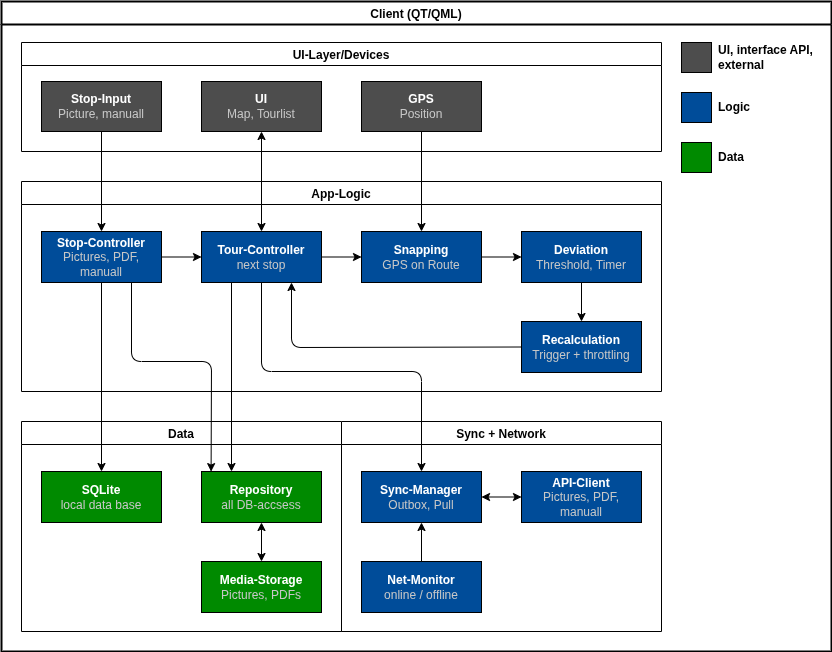
The draw.io diagram docs/architecture/Client.png in gabrielbindi/VoBi-Tour, before a commit. Source tidied: cells renumbered, new cells last; positions are measured from the earlier drawing's top-left corner, leaving out a move shared by most shapes. Source of this version:
```xml
<mxGraphModel background="#ffffff">
  <root>
    <mxCell id="0" />
    <mxCell id="1" parent="0" />
    <mxCell id="2" value="Client (QT/QML)" style="swimlane;rounded=0;strokeWidth=2;swimlaneLine=1;strokeColor=#000000;swimlaneFillColor=none;" parent="1" vertex="1">
      <mxGeometry width="830" height="650" as="geometry" />
    </mxCell>
    <mxCell id="3" style="whiteSpace=wrap;html=1;fillColor=#4D4D4D;" parent="2" vertex="1">
      <mxGeometry x="680" y="41" width="30" height="30" as="geometry" />
    </mxCell>
    <mxCell id="4" style="whiteSpace=wrap;html=1;fillColor=#004C99;" parent="2" vertex="1">
      <mxGeometry x="680" y="91" width="30" height="30" as="geometry" />
    </mxCell>
    <mxCell id="5" style="whiteSpace=wrap;html=1;fillColor=#008A00;" parent="2" vertex="1">
      <mxGeometry x="680" y="141" width="30" height="30" as="geometry" />
    </mxCell>
    <mxCell id="6" value="&lt;b&gt;UI, interface API, external&lt;/b&gt;" style="text;html=1;strokeColor=none;fillColor=none;align=left;verticalAlign=middle;whiteSpace=wrap;rounded=0;fontColor=#000000;" parent="2" vertex="1">
      <mxGeometry x="715" y="41" width="110" height="30" as="geometry" />
    </mxCell>
    <mxCell id="7" value="&lt;b&gt;Logic&lt;/b&gt;" style="text;html=1;strokeColor=none;fillColor=none;align=left;verticalAlign=middle;whiteSpace=wrap;rounded=0;fontColor=#000000;" parent="2" vertex="1">
      <mxGeometry x="715" y="91" width="115" height="30" as="geometry" />
    </mxCell>
    <mxCell id="8" value="&lt;b&gt;Data&lt;/b&gt;" style="text;html=1;strokeColor=none;fillColor=none;align=left;verticalAlign=middle;whiteSpace=wrap;rounded=0;fontColor=#000000;" parent="2" vertex="1">
      <mxGeometry x="715" y="141" width="115" height="30" as="geometry" />
    </mxCell>
    <mxCell id="9" value="UI-Layer/Devices" style="swimlane;strokeColor=#000000;" parent="2" vertex="1">
      <mxGeometry x="20" y="41" width="640" height="109" as="geometry" />
    </mxCell>
    <mxCell id="10" value="&lt;font style=&quot;font-weight: bold;&quot; color=&quot;#ffffff&quot;&gt;Stop-Input&lt;/font&gt;&lt;br&gt;&lt;font style=&quot;&quot; color=&quot;#c7c7c7&quot;&gt;Picture, manuall&lt;/font&gt;" style="rounded=0;whiteSpace=wrap;html=1;fillColor=#4D4D4D;" parent="9" vertex="1">
      <mxGeometry x="20" y="39" width="120" height="50" as="geometry" />
    </mxCell>
    <mxCell id="11" value="&lt;font color=&quot;#ffffff&quot;&gt;&lt;b&gt;UI&lt;/b&gt;&lt;/font&gt;&lt;br&gt;&lt;font color=&quot;#c7c7c7&quot;&gt;Map, Tourlist&lt;/font&gt;" style="rounded=0;whiteSpace=wrap;html=1;fillColor=#4D4D4D;" parent="9" vertex="1">
      <mxGeometry x="180" y="39" width="120" height="50" as="geometry" />
    </mxCell>
    <mxCell id="12" value="&lt;font color=&quot;#ffffff&quot;&gt;&lt;b&gt;GPS&lt;br&gt;&lt;/b&gt;&lt;/font&gt;&lt;font color=&quot;#c7c7c7&quot;&gt;Position&lt;/font&gt;" style="rounded=0;whiteSpace=wrap;html=1;fillColor=#4D4D4D;" parent="9" vertex="1">
      <mxGeometry x="340" y="39" width="120" height="50" as="geometry" />
    </mxCell>
    <mxCell id="13" value="App-Logic" style="swimlane;strokeColor=#000000;" parent="2" vertex="1">
      <mxGeometry x="20" y="180" width="640" height="210" as="geometry" />
    </mxCell>
    <mxCell id="14" style="edgeStyle=none;html=1;strokeColor=#000000;fontColor=#C7C7C7;" parent="13" edge="1" source="15" target="19">
      <mxGeometry relative="1" as="geometry" />
    </mxCell>
    <mxCell id="15" value="&lt;font style=&quot;font-weight: bold;&quot; color=&quot;#ffffff&quot;&gt;Tour-Controller&lt;/font&gt;&lt;br&gt;&lt;font style=&quot;&quot; color=&quot;#c7c7c7&quot;&gt;next stop&lt;/font&gt;" style="rounded=0;whiteSpace=wrap;html=1;fillColor=#004C99;" parent="13" vertex="1">
      <mxGeometry x="180" y="50" width="120" height="51" as="geometry" />
    </mxCell>
    <mxCell id="16" style="edgeStyle=none;html=1;strokeColor=#000000;fontColor=#C7C7C7;" parent="13" edge="1" source="17" target="15">
      <mxGeometry relative="1" as="geometry" />
    </mxCell>
    <mxCell id="17" value="&lt;font style=&quot;font-weight: bold;&quot; color=&quot;#ffffff&quot;&gt;Stop-Controller&lt;/font&gt;&lt;br&gt;&lt;font color=&quot;#c7c7c7&quot;&gt;Pictures, PDF, manuall&lt;/font&gt;" style="rounded=0;whiteSpace=wrap;html=1;fillColor=#004C99;" parent="13" vertex="1">
      <mxGeometry x="20" y="50" width="120" height="51" as="geometry" />
    </mxCell>
    <mxCell id="18" style="edgeStyle=none;html=1;strokeColor=#000000;fontColor=#C7C7C7;" parent="13" edge="1" source="19" target="21">
      <mxGeometry relative="1" as="geometry" />
    </mxCell>
    <mxCell id="19" value="&lt;font style=&quot;font-weight: bold;&quot; color=&quot;#ffffff&quot;&gt;Snapping&lt;/font&gt;&lt;br&gt;&lt;font style=&quot;&quot; color=&quot;#c7c7c7&quot;&gt;GPS on Route&lt;/font&gt;" style="rounded=0;whiteSpace=wrap;html=1;fillColor=#004C99;" parent="13" vertex="1">
      <mxGeometry x="340" y="50" width="120" height="51" as="geometry" />
    </mxCell>
    <mxCell id="20" style="edgeStyle=none;html=1;strokeColor=#000000;fontColor=#C7C7C7;" parent="13" edge="1" source="21" target="22">
      <mxGeometry relative="1" as="geometry" />
    </mxCell>
    <mxCell id="21" value="&lt;font color=&quot;#ffffff&quot;&gt;&lt;b&gt;Deviation&lt;/b&gt;&lt;/font&gt;&lt;br&gt;&lt;font color=&quot;#c7c7c7&quot;&gt;Threshold, Timer&lt;/font&gt;" style="rounded=0;whiteSpace=wrap;html=1;fillColor=#004C99;" parent="13" vertex="1">
      <mxGeometry x="500" y="50" width="120" height="51" as="geometry" />
    </mxCell>
    <mxCell id="22" value="&lt;font color=&quot;#ffffff&quot;&gt;&lt;b&gt;Recalculation&lt;/b&gt;&lt;/font&gt;&lt;br&gt;&lt;font color=&quot;#c7c7c7&quot;&gt;Trigger + throttling&lt;/font&gt;" style="rounded=0;whiteSpace=wrap;html=1;fillColor=#004C99;" parent="13" vertex="1">
      <mxGeometry x="500" y="140" width="120" height="51" as="geometry" />
    </mxCell>
    <mxCell id="23" style="endArrow=classic;html=1;strokeColor=#000000;fontColor=#C7C7C7;exitX=0;exitY=0.5;exitDx=0;exitDy=0;entryX=0.75;entryY=1;entryDx=0;entryDy=0;" parent="13" edge="1" source="22" target="15">
      <mxGeometry relative="1" as="geometry">
        <Array as="points">
          <mxPoint x="270" y="166" />
        </Array>
      </mxGeometry>
    </mxCell>
    <mxCell id="24" value="Sync + Network" style="swimlane;strokeColor=#000000;" parent="2" vertex="1">
      <mxGeometry x="340" y="420" width="320" height="210" as="geometry" />
    </mxCell>
    <mxCell id="25" value="&lt;font color=&quot;#ffffff&quot;&gt;&lt;b&gt;Sync-Manager&lt;/b&gt;&lt;/font&gt;&lt;br&gt;&lt;font color=&quot;#c7c7c7&quot;&gt;Outbox, Pull&lt;/font&gt;" style="rounded=0;whiteSpace=wrap;html=1;fillColor=#004C99;" parent="24" vertex="1">
      <mxGeometry x="20" y="50" width="120" height="51" as="geometry" />
    </mxCell>
    <mxCell id="26" value="&lt;font style=&quot;font-weight: bold;&quot; color=&quot;#ffffff&quot;&gt;API-Client&lt;/font&gt;&lt;br&gt;&lt;font color=&quot;#c7c7c7&quot;&gt;Pictures, PDF, manuall&lt;/font&gt;" style="rounded=0;whiteSpace=wrap;html=1;fillColor=#004C99;" parent="24" vertex="1">
      <mxGeometry x="180" y="50" width="120" height="51" as="geometry" />
    </mxCell>
    <mxCell id="27" style="edgeStyle=none;html=1;strokeColor=#000000;fontColor=#C7C7C7;" parent="24" edge="1" source="28" target="25">
      <mxGeometry relative="1" as="geometry" />
    </mxCell>
    <mxCell id="28" value="&lt;font color=&quot;#ffffff&quot;&gt;&lt;b&gt;Net-Monitor&lt;/b&gt;&lt;/font&gt;&lt;br&gt;&lt;font color=&quot;#c7c7c7&quot;&gt;online / offline&lt;/font&gt;" style="rounded=0;whiteSpace=wrap;html=1;fillColor=#004C99;" parent="24" vertex="1">
      <mxGeometry x="20" y="140" width="120" height="51" as="geometry" />
    </mxCell>
    <mxCell id="29" style="endArrow=classic;startArrow=classic;html=1;strokeColor=#000000;entryX=0;entryY=0.5;entryDx=0;entryDy=0;exitX=1;exitY=0.5;exitDx=0;exitDy=0;" parent="24" edge="1" source="25" target="26">
      <mxGeometry relative="1" as="geometry" />
    </mxCell>
    <mxCell id="30" value="Data" style="swimlane;strokeColor=#000000;" parent="2" vertex="1">
      <mxGeometry x="20" y="420" width="320" height="210" as="geometry" />
    </mxCell>
    <mxCell id="31" value="&lt;font color=&quot;#ffffff&quot;&gt;&lt;b&gt;SQLite&lt;/b&gt;&lt;/font&gt;&lt;br&gt;&lt;font color=&quot;#c7c7c7&quot;&gt;local data base&lt;/font&gt;" style="rounded=0;whiteSpace=wrap;html=1;fillColor=#008A00;" parent="30" vertex="1">
      <mxGeometry x="20" y="50" width="120" height="51" as="geometry" />
    </mxCell>
    <mxCell id="32" value="&lt;font color=&quot;#ffffff&quot;&gt;&lt;b&gt;Repository&lt;br&gt;&lt;/b&gt;&lt;/font&gt;&lt;font color=&quot;#c7c7c7&quot;&gt;all DB-accsess&lt;/font&gt;" style="rounded=0;whiteSpace=wrap;html=1;fillColor=#008A00;" parent="30" vertex="1">
      <mxGeometry x="180" y="50" width="120" height="51" as="geometry" />
    </mxCell>
    <mxCell id="33" value="&lt;font color=&quot;#ffffff&quot;&gt;&lt;b&gt;Media-Storage&lt;/b&gt;&lt;/font&gt;&lt;br&gt;&lt;font color=&quot;#c7c7c7&quot;&gt;Pictures, PDFs&lt;/font&gt;" style="rounded=0;whiteSpace=wrap;html=1;fillColor=#008A00;" parent="30" vertex="1">
      <mxGeometry x="180" y="140" width="120" height="51" as="geometry" />
    </mxCell>
    <mxCell id="34" style="endArrow=classic;startArrow=classic;html=1;strokeColor=#000000;entryX=0.5;entryY=1;entryDx=0;entryDy=0;exitX=0.5;exitY=0;exitDx=0;exitDy=0;" parent="30" edge="1" source="33" target="32">
      <mxGeometry relative="1" as="geometry" />
    </mxCell>
    <mxCell id="35" style="edgeStyle=none;html=1;strokeColor=#000000;fontColor=#C7C7C7;" parent="2" edge="1" source="10" target="17">
      <mxGeometry relative="1" as="geometry" />
    </mxCell>
    <mxCell id="36" style="edgeStyle=none;html=1;strokeColor=#000000;fontColor=#C7C7C7;" parent="2" edge="1" source="12" target="19">
      <mxGeometry relative="1" as="geometry" />
    </mxCell>
    <mxCell id="37" style="endArrow=classic;html=1;strokeColor=#000000;fontColor=#C7C7C7;exitX=0.25;exitY=1;exitDx=0;exitDy=0;entryX=0.25;entryY=0;entryDx=0;entryDy=0;" parent="2" edge="1" source="15" target="32">
      <mxGeometry relative="1" as="geometry" />
    </mxCell>
    <mxCell id="38" style="endArrow=classic;html=1;strokeColor=#000000;fontColor=#C7C7C7;exitX=0.5;exitY=1;exitDx=0;exitDy=0;" parent="2" edge="1" source="17" target="31">
      <mxGeometry relative="1" as="geometry" />
    </mxCell>
    <mxCell id="39" style="endArrow=classic;html=1;strokeColor=#000000;fontColor=#C7C7C7;exitX=0.75;exitY=1;exitDx=0;exitDy=0;entryX=0.08;entryY=0.002;entryDx=0;entryDy=0;entryPerimeter=0;" parent="2" edge="1" source="17" target="32">
      <mxGeometry relative="1" as="geometry">
        <Array as="points">
          <mxPoint x="130" y="360" />
          <mxPoint x="210" y="360" />
        </Array>
      </mxGeometry>
    </mxCell>
    <mxCell id="40" style="endArrow=classic;html=1;strokeColor=#000000;fontColor=#C7C7C7;exitX=0.5;exitY=1;exitDx=0;exitDy=0;entryX=0.5;entryY=0;entryDx=0;entryDy=0;" parent="2" edge="1" source="15" target="25">
      <mxGeometry relative="1" as="geometry">
        <Array as="points">
          <mxPoint x="260" y="370" />
          <mxPoint x="420" y="370" />
        </Array>
      </mxGeometry>
    </mxCell>
    <mxCell id="41" style="endArrow=classic;startArrow=classic;html=1;strokeColor=#000000;fontColor=#C7C7C7;entryX=0.5;entryY=1;entryDx=0;entryDy=0;exitX=0.5;exitY=0;exitDx=0;exitDy=0;" parent="2" edge="1" source="15" target="11">
      <mxGeometry relative="1" as="geometry" />
    </mxCell>
  </root>
</mxGraphModel>
```
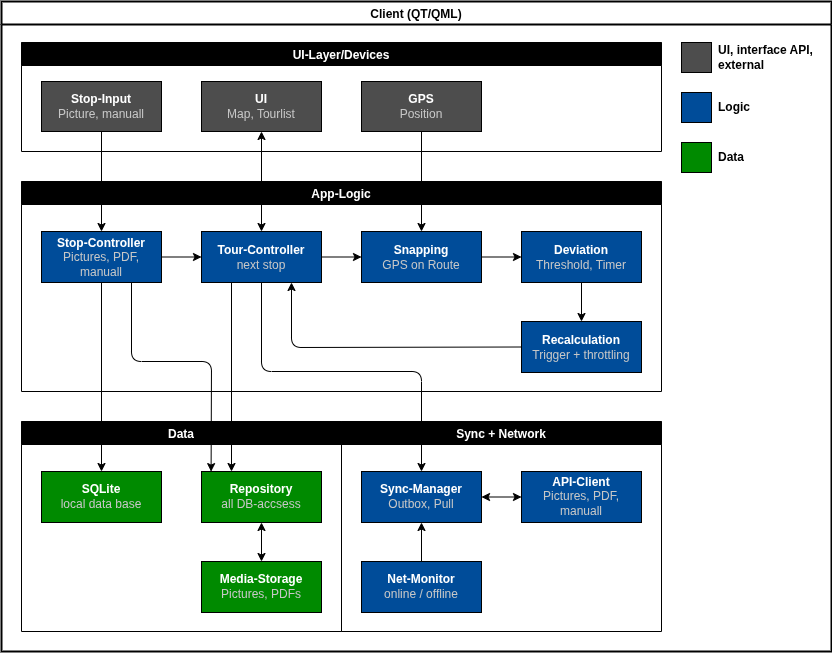
After the change.

Diff of the diagram source:
```diff
@@ -23,7 +23,7 @@
     <mxCell id="8" value="&lt;b&gt;Data&lt;/b&gt;" style="text;html=1;strokeColor=none;fillColor=none;align=left;verticalAlign=middle;whiteSpace=wrap;rounded=0;fontColor=#000000;" parent="2" vertex="1">
       <mxGeometry x="715" y="141" width="115" height="30" as="geometry" />
     </mxCell>
-    <mxCell id="9" value="UI-Layer/Devices" style="swimlane;strokeColor=#000000;" parent="2" vertex="1">
+    <mxCell id="9" value="UI-Layer/Devices" style="swimlane;strokeColor=#000000;fillColor=#000000;fontColor=#FFFFFF;" parent="2" vertex="1">
       <mxGeometry x="20" y="41" width="640" height="109" as="geometry" />
     </mxCell>
     <mxCell id="10" value="&lt;font style=&quot;font-weight: bold;&quot; color=&quot;#ffffff&quot;&gt;Stop-Input&lt;/font&gt;&lt;br&gt;&lt;font style=&quot;&quot; color=&quot;#c7c7c7&quot;&gt;Picture, manuall&lt;/font&gt;" style="rounded=0;whiteSpace=wrap;html=1;fillColor=#4D4D4D;" parent="9" vertex="1">
@@ -35,7 +35,7 @@
     <mxCell id="12" value="&lt;font color=&quot;#ffffff&quot;&gt;&lt;b&gt;GPS&lt;br&gt;&lt;/b&gt;&lt;/font&gt;&lt;font color=&quot;#c7c7c7&quot;&gt;Position&lt;/font&gt;" style="rounded=0;whiteSpace=wrap;html=1;fillColor=#4D4D4D;" parent="9" vertex="1">
       <mxGeometry x="340" y="39" width="120" height="50" as="geometry" />
     </mxCell>
-    <mxCell id="13" value="App-Logic" style="swimlane;strokeColor=#000000;" parent="2" vertex="1">
+    <mxCell id="13" value="App-Logic" style="swimlane;strokeColor=#000000;fillColor=#000000;startSize=23;fontColor=#FFFFFF;" parent="2" vertex="1">
       <mxGeometry x="20" y="180" width="640" height="210" as="geometry" />
     </mxCell>
     <mxCell id="14" style="edgeStyle=none;html=1;strokeColor=#000000;fontColor=#C7C7C7;" parent="13" edge="1" source="15" target="19">
@@ -72,7 +72,7 @@
         </Array>
       </mxGeometry>
     </mxCell>
-    <mxCell id="24" value="Sync + Network" style="swimlane;strokeColor=#000000;" parent="2" vertex="1">
+    <mxCell id="24" value="Sync + Network" style="swimlane;strokeColor=#000000;fillColor=#000000;fontColor=#FFFFFF;" parent="2" vertex="1">
       <mxGeometry x="340" y="420" width="320" height="210" as="geometry" />
     </mxCell>
     <mxCell id="25" value="&lt;font color=&quot;#ffffff&quot;&gt;&lt;b&gt;Sync-Manager&lt;/b&gt;&lt;/font&gt;&lt;br&gt;&lt;font color=&quot;#c7c7c7&quot;&gt;Outbox, Pull&lt;/font&gt;" style="rounded=0;whiteSpace=wrap;html=1;fillColor=#004C99;" parent="24" vertex="1">
@@ -90,7 +90,7 @@
     <mxCell id="29" style="endArrow=classic;startArrow=classic;html=1;strokeColor=#000000;entryX=0;entryY=0.5;entryDx=0;entryDy=0;exitX=1;exitY=0.5;exitDx=0;exitDy=0;" parent="24" edge="1" source="25" target="26">
       <mxGeometry relative="1" as="geometry" />
     </mxCell>
-    <mxCell id="30" value="Data" style="swimlane;strokeColor=#000000;" parent="2" vertex="1">
+    <mxCell id="30" value="Data" style="swimlane;strokeColor=#000000;fillColor=#000000;fontColor=#FFFFFF;" parent="2" vertex="1">
       <mxGeometry x="20" y="420" width="320" height="210" as="geometry" />
     </mxCell>
     <mxCell id="31" value="&lt;font color=&quot;#ffffff&quot;&gt;&lt;b&gt;SQLite&lt;/b&gt;&lt;/font&gt;&lt;br&gt;&lt;font color=&quot;#c7c7c7&quot;&gt;local data base&lt;/font&gt;" style="rounded=0;whiteSpace=wrap;html=1;fillColor=#008A00;" parent="30" vertex="1">
```
